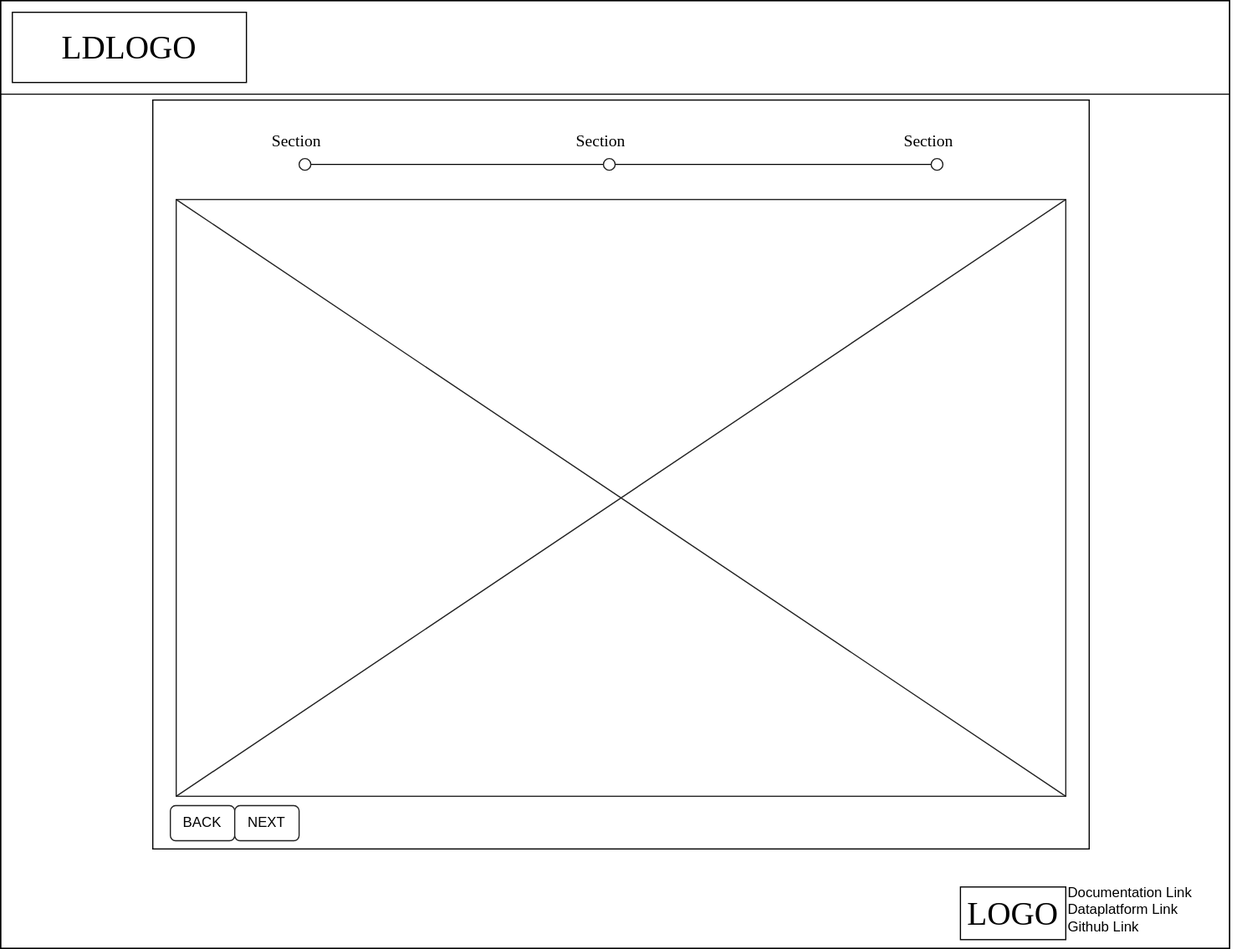
pldn/LDWizard-old keeps this draw.io diagram as docs/img/GeneralUserInterface.svg. Above is the earlier version. Source tidied: cells renumbered, new cells last; positions are measured from the earlier drawing's top-left corner, leaving out a move shared by most shapes. Its diagram source:
```xml
<mxGraphModel background="#ffffff">
  <root>
    <mxCell id="0" />
    <mxCell id="1" parent="0" />
    <mxCell id="2" style="rounded=0;whiteSpace=wrap;html=1;comic=0;strokeColor=#212121;" parent="1" vertex="1">
      <mxGeometry width="1050" height="810" as="geometry" />
    </mxCell>
    <mxCell id="3" style="whiteSpace=wrap;html=1;rounded=0;shadow=0;labelBackgroundColor=none;strokeColor=#000000;strokeWidth=1;fillColor=none;fontFamily=Verdana;fontSize=12;fontColor=#000000;align=center;comic=0;" parent="1" vertex="1">
      <mxGeometry width="1050" height="810" as="geometry" />
    </mxCell>
    <mxCell id="4" value="LDLOGO" style="whiteSpace=wrap;html=1;rounded=0;shadow=0;labelBackgroundColor=none;strokeWidth=1;fontFamily=Verdana;fontSize=28;align=center;comic=0;" parent="1" vertex="1">
      <mxGeometry x="10" y="10" width="200" height="60" as="geometry" />
    </mxCell>
    <mxCell id="5" style="whiteSpace=wrap;html=1;rounded=0;shadow=0;labelBackgroundColor=none;strokeWidth=1;fillColor=none;fontFamily=Verdana;fontSize=12;align=center;comic=0;" parent="1" vertex="1">
      <mxGeometry x="130" y="85" width="800" height="640" as="geometry" />
    </mxCell>
    <mxCell id="6" value="Section" style="text;html=1;align=left;verticalAlign=top;spacingTop=-4;fontSize=14;fontFamily=Verdana;" parent="1" vertex="1">
      <mxGeometry x="230" y="110" width="60" height="20" as="geometry" />
    </mxCell>
    <mxCell id="7" value="Section" style="text;html=1;align=left;verticalAlign=top;spacingTop=-4;fontSize=14;fontFamily=Verdana;" parent="1" vertex="1">
      <mxGeometry x="490" y="110" width="60" height="20" as="geometry" />
    </mxCell>
    <mxCell id="8" value="&lt;div&gt;Section&lt;/div&gt;" style="text;html=1;align=left;verticalAlign=top;spacingTop=-4;fontSize=14;fontFamily=Verdana;" parent="1" vertex="1">
      <mxGeometry x="770" y="110" width="60" height="20" as="geometry" />
    </mxCell>
    <mxCell id="9" style="verticalLabelPosition=bottom;shadow=0;dashed=0;align=center;html=1;verticalAlign=top;strokeWidth=1;shape=mxgraph.mockup.graphics.simpleIcon;strokeColor=#212121;rounded=0;labelBackgroundColor=none;fontFamily=Verdana;fontSize=14;fontColor=#000000;" parent="1" vertex="1">
      <mxGeometry x="150" y="170" width="760" height="510" as="geometry" />
    </mxCell>
    <mxCell id="10" style="endArrow=none;html=1;" parent="1" edge="1">
      <mxGeometry relative="1" as="geometry">
        <mxPoint y="80" as="sourcePoint" />
        <mxPoint x="1050" y="80" as="targetPoint" />
      </mxGeometry>
    </mxCell>
    <mxCell id="11" style="endArrow=none;html=1;" parent="1" edge="1" source="14">
      <mxGeometry relative="1" as="geometry">
        <mxPoint x="800" y="140" as="targetPoint" />
      </mxGeometry>
    </mxCell>
    <mxCell id="12" style="ellipse;whiteSpace=wrap;html=1;comic=0;strokeColor=#212121;" parent="1" vertex="1">
      <mxGeometry x="795" y="135" width="10" height="10" as="geometry" />
    </mxCell>
    <mxCell id="13" style="ellipse;whiteSpace=wrap;html=1;comic=0;strokeColor=#212121;" parent="1" vertex="1">
      <mxGeometry x="515" y="135" width="10" height="10" as="geometry" />
    </mxCell>
    <mxCell id="14" style="ellipse;whiteSpace=wrap;html=1;comic=0;strokeColor=#212121;" parent="1" vertex="1">
      <mxGeometry x="255" y="135" width="10" height="10" as="geometry" />
    </mxCell>
    <mxCell id="15" style="endArrow=none;html=1;" parent="1" edge="1" target="14">
      <mxGeometry relative="1" as="geometry">
        <mxPoint x="260" y="140" as="sourcePoint" />
      </mxGeometry>
    </mxCell>
    <mxCell id="16" value="Documentation Link&lt;div&gt;Dataplatform Link&lt;/div&gt;&lt;div&gt;Github Link&lt;br&gt;&lt;/div&gt;" style="text;html=1;strokeColor=none;fillColor=none;align=left;verticalAlign=middle;whiteSpace=wrap;rounded=0;comic=0;" parent="1" vertex="1">
      <mxGeometry x="910" y="752.5" width="150" height="50" as="geometry" />
    </mxCell>
    <mxCell id="17" value="LOGO" style="whiteSpace=wrap;html=1;rounded=0;shadow=0;labelBackgroundColor=none;strokeWidth=1;fontFamily=Verdana;fontSize=28;align=center;comic=0;" parent="1" vertex="1">
      <mxGeometry x="820" y="757.5" width="90" height="45" as="geometry" />
    </mxCell>
    <mxCell id="18" value="&lt;font style=&quot;font-size: 12px&quot;&gt;BACK&lt;/font&gt;" style="rounded=1;whiteSpace=wrap;html=1;comic=0;strokeColor=#212121;" parent="1" vertex="1">
      <mxGeometry x="145" y="688" width="55" height="30" as="geometry" />
    </mxCell>
    <mxCell id="19" value="&lt;font style=&quot;font-size: 12px&quot;&gt;&lt;span&gt;NEXT&lt;br&gt;&lt;/span&gt;&lt;/font&gt;" style="rounded=1;whiteSpace=wrap;html=1;comic=0;strokeColor=#212121;" parent="1" vertex="1">
      <mxGeometry x="200" y="688" width="55" height="30" as="geometry" />
    </mxCell>
  </root>
</mxGraphModel>
```
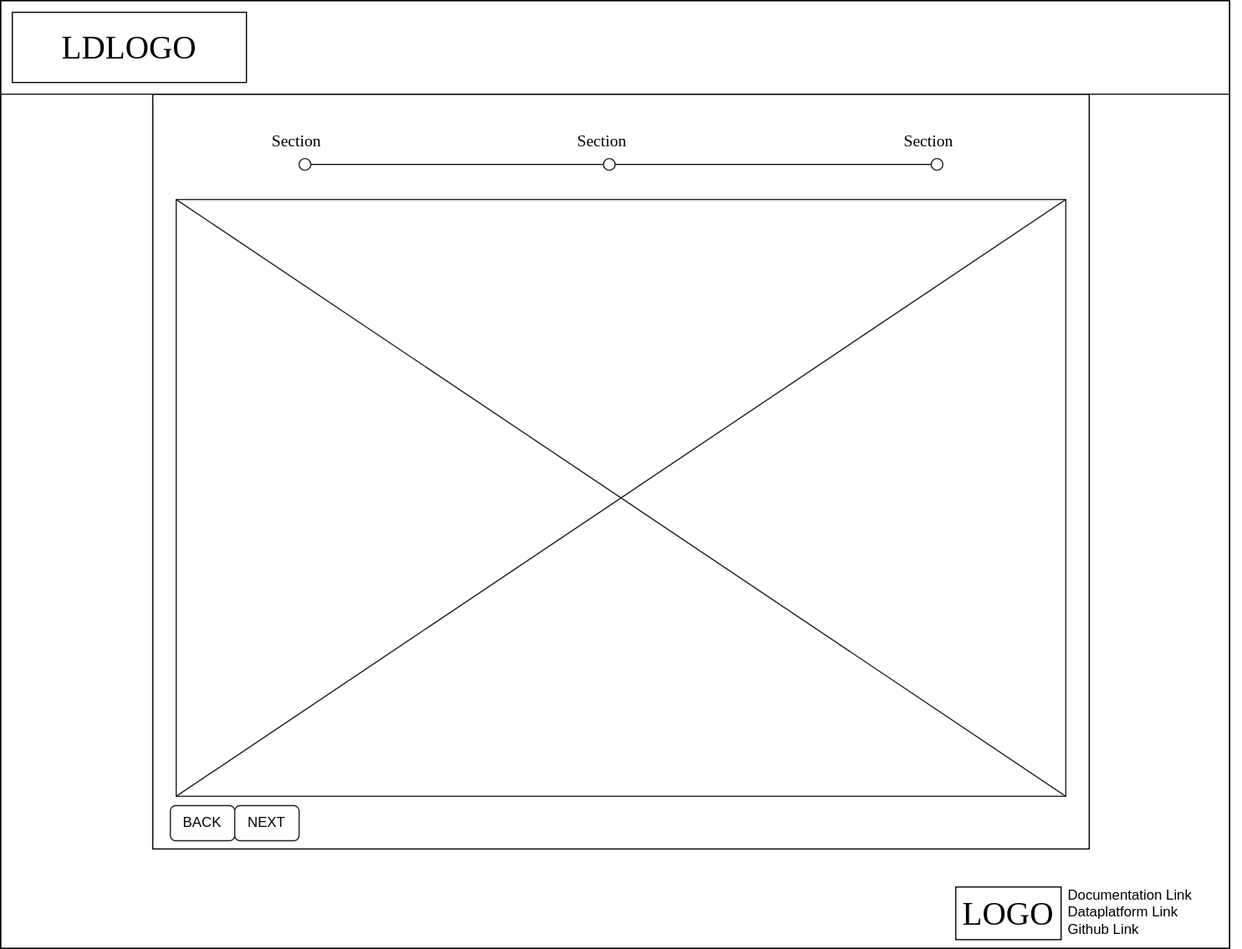
Later version of the same file.

Commit message:
Clean up of the LDWizard GUI interface.

What changed in the source:
```diff
@@ -2,66 +2,112 @@
   <root>
     <mxCell id="0" />
     <mxCell id="1" parent="0" />
-    <mxCell id="2" style="rounded=0;whiteSpace=wrap;html=1;comic=0;strokeColor=#212121;" parent="1" vertex="1">
-      <mxGeometry width="1050" height="810" as="geometry" />
-    </mxCell>
-    <mxCell id="3" style="whiteSpace=wrap;html=1;rounded=0;shadow=0;labelBackgroundColor=none;strokeColor=#000000;strokeWidth=1;fillColor=none;fontFamily=Verdana;fontSize=12;fontColor=#000000;align=center;comic=0;" parent="1" vertex="1">
-      <mxGeometry width="1050" height="810" as="geometry" />
-    </mxCell>
-    <mxCell id="4" value="LDLOGO" style="whiteSpace=wrap;html=1;rounded=0;shadow=0;labelBackgroundColor=none;strokeWidth=1;fontFamily=Verdana;fontSize=28;align=center;comic=0;" parent="1" vertex="1">
-      <mxGeometry x="10" y="10" width="200" height="60" as="geometry" />
-    </mxCell>
-    <mxCell id="5" style="whiteSpace=wrap;html=1;rounded=0;shadow=0;labelBackgroundColor=none;strokeWidth=1;fillColor=none;fontFamily=Verdana;fontSize=12;align=center;comic=0;" parent="1" vertex="1">
-      <mxGeometry x="130" y="85" width="800" height="640" as="geometry" />
-    </mxCell>
+    <mxCell id="20" style="group;" parent="1" vertex="1">
+      <mxGeometry x="60" width="960" height="810" as="geometry" />
+    </mxCell>
+    <mxCell id="21" style="rounded=0;whiteSpace=wrap;html=1;comic=0;strokeColor=#212121;" parent="20" vertex="1">
+      <mxGeometry width="960" height="810" as="geometry" />
+    </mxCell>
+    <mxCell id="22" style="rounded=0;whiteSpace=wrap;html=1;comic=0;strokeColor=#212121;" parent="20" vertex="1">
+      <mxGeometry x="24" y="109.3" width="912" height="640.5" as="geometry" />
+    </mxCell>
-    <mxCell id="6" value="Section" style="text;html=1;align=left;verticalAlign=top;spacingTop=-4;fontSize=14;fontFamily=Verdana;" parent="1" vertex="1">
-      <mxGeometry x="230" y="110" width="60" height="20" as="geometry" />
+    <mxCell id="6" value="Section" style="text;html=1;align=left;verticalAlign=top;spacingTop=-4;fontSize=14;fontFamily=Verdana;" parent="20" vertex="1">
+      <mxGeometry x="120" y="33.9" width="72" height="25.1" as="geometry" />
     </mxCell>
-    <mxCell id="7" value="Section" style="text;html=1;align=left;verticalAlign=top;spacingTop=-4;fontSize=14;fontFamily=Verdana;" parent="1" vertex="1">
-      <mxGeometry x="490" y="110" width="60" height="20" as="geometry" />
+    <mxCell id="7" value="Section" style="text;html=1;align=left;verticalAlign=top;spacingTop=-4;fontSize=14;fontFamily=Verdana;" parent="20" vertex="1">
+      <mxGeometry x="432" y="33.9" width="72" height="25.1" as="geometry" />
     </mxCell>
-    <mxCell id="8" value="&lt;div&gt;Section&lt;/div&gt;" style="text;html=1;align=left;verticalAlign=top;spacingTop=-4;fontSize=14;fontFamily=Verdana;" parent="1" vertex="1">
-      <mxGeometry x="770" y="110" width="60" height="20" as="geometry" />
+    <mxCell id="8" value="&lt;div&gt;Section&lt;/div&gt;" style="text;html=1;align=left;verticalAlign=top;spacingTop=-4;fontSize=14;fontFamily=Verdana;" parent="20" vertex="1">
+      <mxGeometry x="768" y="33.9" width="72" height="25.1" as="geometry" />
     </mxCell>
-    <mxCell id="9" style="verticalLabelPosition=bottom;shadow=0;dashed=0;align=center;html=1;verticalAlign=top;strokeWidth=1;shape=mxgraph.mockup.graphics.simpleIcon;strokeColor=#212121;rounded=0;labelBackgroundColor=none;fontFamily=Verdana;fontSize=14;fontColor=#000000;" parent="1" vertex="1">
-      <mxGeometry x="150" y="170" width="760" height="510" as="geometry" />
-    </mxCell>
-    <mxCell id="10" style="endArrow=none;html=1;" parent="1" edge="1">
-      <mxGeometry relative="1" as="geometry">
-        <mxPoint y="80" as="sourcePoint" />
-        <mxPoint x="1050" y="80" as="targetPoint" />
-      </mxGeometry>
-    </mxCell>
-    <mxCell id="11" style="endArrow=none;html=1;" parent="1" edge="1" source="14">
+    <mxCell id="11" style="endArrow=none;html=1;" parent="20" edge="1" source="14">
       <mxGeometry relative="1" as="geometry">
-        <mxPoint x="800" y="140" as="targetPoint" />
+        <mxPoint x="804" y="71.6" as="targetPoint" />
       </mxGeometry>
     </mxCell>
-    <mxCell id="12" style="ellipse;whiteSpace=wrap;html=1;comic=0;strokeColor=#212121;" parent="1" vertex="1">
-      <mxGeometry x="795" y="135" width="10" height="10" as="geometry" />
+    <mxCell id="12" style="ellipse;whiteSpace=wrap;html=1;comic=0;strokeColor=#212121;" parent="20" vertex="1">
+      <mxGeometry x="798" y="65.3" width="11.8" height="11.8" as="geometry" />
     </mxCell>
-    <mxCell id="13" style="ellipse;whiteSpace=wrap;html=1;comic=0;strokeColor=#212121;" parent="1" vertex="1">
-      <mxGeometry x="515" y="135" width="10" height="10" as="geometry" />
+    <mxCell id="13" style="ellipse;whiteSpace=wrap;html=1;comic=0;strokeColor=#212121;" parent="20" vertex="1">
+      <mxGeometry x="462" y="65.3" width="11.8" height="11.8" as="geometry" />
     </mxCell>
-    <mxCell id="14" style="ellipse;whiteSpace=wrap;html=1;comic=0;strokeColor=#212121;" parent="1" vertex="1">
-      <mxGeometry x="255" y="135" width="10" height="10" as="geometry" />
+    <mxCell id="14" style="ellipse;whiteSpace=wrap;html=1;comic=0;strokeColor=#212121;" parent="20" vertex="1">
+      <mxGeometry x="150" y="65.3" width="11.8" height="11.8" as="geometry" />
     </mxCell>
-    <mxCell id="15" style="endArrow=none;html=1;" parent="1" edge="1" target="14">
+    <mxCell id="15" style="endArrow=none;html=1;" parent="20" edge="1" target="14">
       <mxGeometry relative="1" as="geometry">
-        <mxPoint x="260" y="140" as="sourcePoint" />
+        <mxPoint x="156" y="71.6" as="sourcePoint" />
       </mxGeometry>
     </mxCell>
+    <mxCell id="18" value="&lt;font style=&quot;font-size: 12px&quot;&gt;BACK&lt;/font&gt;" style="rounded=1;whiteSpace=wrap;html=1;comic=0;strokeColor=#212121;" parent="20" vertex="1">
+      <mxGeometry x="18" y="759.8" width="66" height="37.7" as="geometry" />
+    </mxCell>
+    <mxCell id="19" value="&lt;font style=&quot;font-size: 12px&quot;&gt;&lt;span&gt;NEXT&lt;br&gt;&lt;/span&gt;&lt;/font&gt;" style="rounded=1;whiteSpace=wrap;html=1;comic=0;strokeColor=#212121;" parent="20" vertex="1">
+      <mxGeometry x="84" y="759.8" width="66" height="37.7" as="geometry" />
+    </mxCell>
+    <mxCell id="23" style="rounded=0;whiteSpace=wrap;html=1;comic=0;strokeColor=#212121;" parent="20" vertex="1">
+      <mxGeometry x="60" y="390" width="850" height="360" as="geometry" />
+    </mxCell>
+    <mxCell id="2" style="rounded=0;whiteSpace=wrap;html=1;comic=0;strokeColor=#212121;" parent="1" vertex="1">
+      <mxGeometry width="1050" height="810" as="geometry" />
+    </mxCell>
+    <mxCell id="3" style="whiteSpace=wrap;html=1;rounded=0;shadow=0;labelBackgroundColor=none;strokeColor=#000000;strokeWidth=1;fillColor=none;fontFamily=Verdana;fontSize=12;fontColor=#000000;align=center;comic=0;" parent="1" vertex="1">
+      <mxGeometry width="1050" height="810" as="geometry" />
+    </mxCell>
+    <mxCell id="4" value="LDLOGO" style="whiteSpace=wrap;html=1;rounded=0;shadow=0;labelBackgroundColor=none;strokeWidth=1;fontFamily=Verdana;fontSize=28;align=center;comic=0;" parent="1" vertex="1">
+      <mxGeometry x="10" y="10" width="200" height="60" as="geometry" />
+    </mxCell>
+    <mxCell id="24" style="whiteSpace=wrap;html=1;rounded=0;shadow=0;labelBackgroundColor=none;strokeWidth=1;fillColor=none;fontFamily=Verdana;fontSize=12;align=center;comic=0;" parent="1" vertex="1">
+      <mxGeometry x="130" y="80" width="800" height="645" as="geometry" />
+    </mxCell>
+    <mxCell id="25" value="Section" style="text;html=1;align=left;verticalAlign=top;spacingTop=-4;fontSize=14;fontFamily=Verdana;" parent="1" vertex="1">
+      <mxGeometry x="230" y="110" width="60" height="20" as="geometry" />
+    </mxCell>
+    <mxCell id="26" value="Section" style="text;html=1;align=left;verticalAlign=top;spacingTop=-4;fontSize=14;fontFamily=Verdana;" parent="1" vertex="1">
+      <mxGeometry x="491" y="110" width="60" height="20" as="geometry" />
+    </mxCell>
+    <mxCell id="27" value="&lt;div&gt;Section&lt;/div&gt;" style="text;html=1;align=left;verticalAlign=top;spacingTop=-4;fontSize=14;fontFamily=Verdana;" parent="1" vertex="1">
+      <mxGeometry x="770" y="110" width="60" height="20" as="geometry" />
+    </mxCell>
+    <mxCell id="9" style="verticalLabelPosition=bottom;shadow=0;dashed=0;align=center;html=1;verticalAlign=top;strokeWidth=1;shape=mxgraph.mockup.graphics.simpleIcon;strokeColor=#212121;rounded=0;labelBackgroundColor=none;fontFamily=Verdana;fontSize=14;fontColor=#000000;" parent="1" vertex="1">
+      <mxGeometry x="150" y="170" width="760" height="510" as="geometry" />
+    </mxCell>
+    <mxCell id="28" style="endArrow=none;html=1;" parent="1" edge="1">
+      <mxGeometry relative="1" as="geometry">
+        <mxPoint y="80" as="sourcePoint" />
+        <mxPoint x="1050" y="80" as="targetPoint" />
+      </mxGeometry>
+    </mxCell>
+    <mxCell id="29" style="endArrow=none;html=1;" parent="1" edge="1" source="32">
+      <mxGeometry relative="1" as="geometry">
+        <mxPoint x="800" y="140" as="targetPoint" />
+      </mxGeometry>
+    </mxCell>
+    <mxCell id="30" style="ellipse;whiteSpace=wrap;html=1;comic=0;strokeColor=#212121;" parent="1" vertex="1">
+      <mxGeometry x="795" y="135" width="10" height="10" as="geometry" />
+    </mxCell>
+    <mxCell id="31" style="ellipse;whiteSpace=wrap;html=1;comic=0;strokeColor=#212121;" parent="1" vertex="1">
+      <mxGeometry x="515" y="135" width="10" height="10" as="geometry" />
+    </mxCell>
+    <mxCell id="32" style="ellipse;whiteSpace=wrap;html=1;comic=0;strokeColor=#212121;" parent="1" vertex="1">
+      <mxGeometry x="255" y="135" width="10" height="10" as="geometry" />
+    </mxCell>
+    <mxCell id="33" style="endArrow=none;html=1;" parent="1" edge="1" target="32">
+      <mxGeometry relative="1" as="geometry">
+        <mxPoint x="260" y="140" as="sourcePoint" />
+      </mxGeometry>
+    </mxCell>
     <mxCell id="16" value="Documentation Link&lt;div&gt;Dataplatform Link&lt;/div&gt;&lt;div&gt;Github Link&lt;br&gt;&lt;/div&gt;" style="text;html=1;strokeColor=none;fillColor=none;align=left;verticalAlign=middle;whiteSpace=wrap;rounded=0;comic=0;" parent="1" vertex="1">
-      <mxGeometry x="910" y="752.5" width="150" height="50" as="geometry" />
+      <mxGeometry x="910" y="753.5" width="150" height="50" as="geometry" />
     </mxCell>
     <mxCell id="17" value="LOGO" style="whiteSpace=wrap;html=1;rounded=0;shadow=0;labelBackgroundColor=none;strokeWidth=1;fontFamily=Verdana;fontSize=28;align=center;comic=0;" parent="1" vertex="1">
-      <mxGeometry x="820" y="757.5" width="90" height="45" as="geometry" />
+      <mxGeometry x="816" y="757.5" width="90" height="45" as="geometry" />
     </mxCell>
-    <mxCell id="18" value="&lt;font style=&quot;font-size: 12px&quot;&gt;BACK&lt;/font&gt;" style="rounded=1;whiteSpace=wrap;html=1;comic=0;strokeColor=#212121;" parent="1" vertex="1">
-      <mxGeometry x="145" y="688" width="55" height="30" as="geometry" />
-    </mxCell>
-    <mxCell id="19" value="&lt;font style=&quot;font-size: 12px&quot;&gt;&lt;span&gt;NEXT&lt;br&gt;&lt;/span&gt;&lt;/font&gt;" style="rounded=1;whiteSpace=wrap;html=1;comic=0;strokeColor=#212121;" parent="1" vertex="1">
-      <mxGeometry x="200" y="688" width="55" height="30" as="geometry" />
-    </mxCell>
+    <mxCell id="34" value="&lt;font style=&quot;font-size: 12px&quot;&gt;BACK&lt;/font&gt;" style="rounded=1;whiteSpace=wrap;html=1;comic=0;strokeColor=#212121;" parent="1" vertex="1">
+      <mxGeometry x="145" y="688" width="55" height="30" as="geometry" />
+    </mxCell>
+    <mxCell id="35" value="&lt;font style=&quot;font-size: 12px&quot;&gt;&lt;span&gt;NEXT&lt;br&gt;&lt;/span&gt;&lt;/font&gt;" style="rounded=1;whiteSpace=wrap;html=1;comic=0;strokeColor=#212121;" parent="1" vertex="1">
+      <mxGeometry x="200" y="688" width="55" height="30" as="geometry" />
+    </mxCell>
   </root>
 </mxGraphModel>
```
